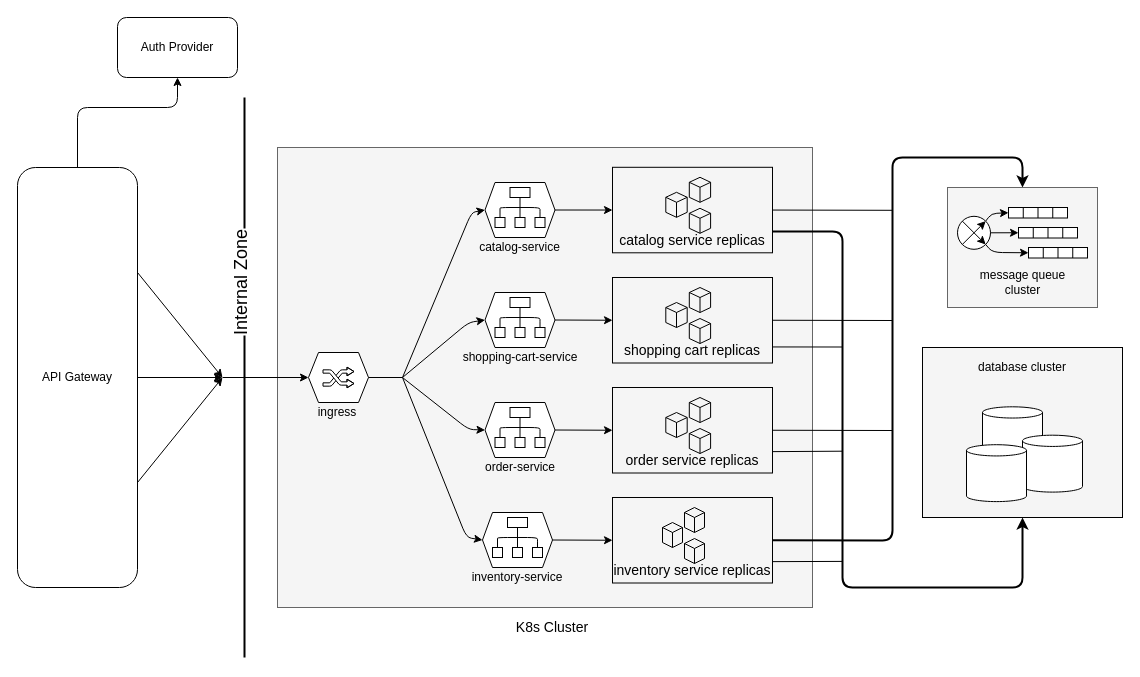
This is hld/infrastructure.drawio from rd-raven/stirzz-design, a draw.io file, before an edit. Source tidied: cells renumbered, new cells numbered last; positions are measured from the earlier drawing's top-left corner, leaving out a move shared by most shapes. Both pictures are drawn from the tidied source at 100%, with x=0, y=0 at pixel (17, 17).
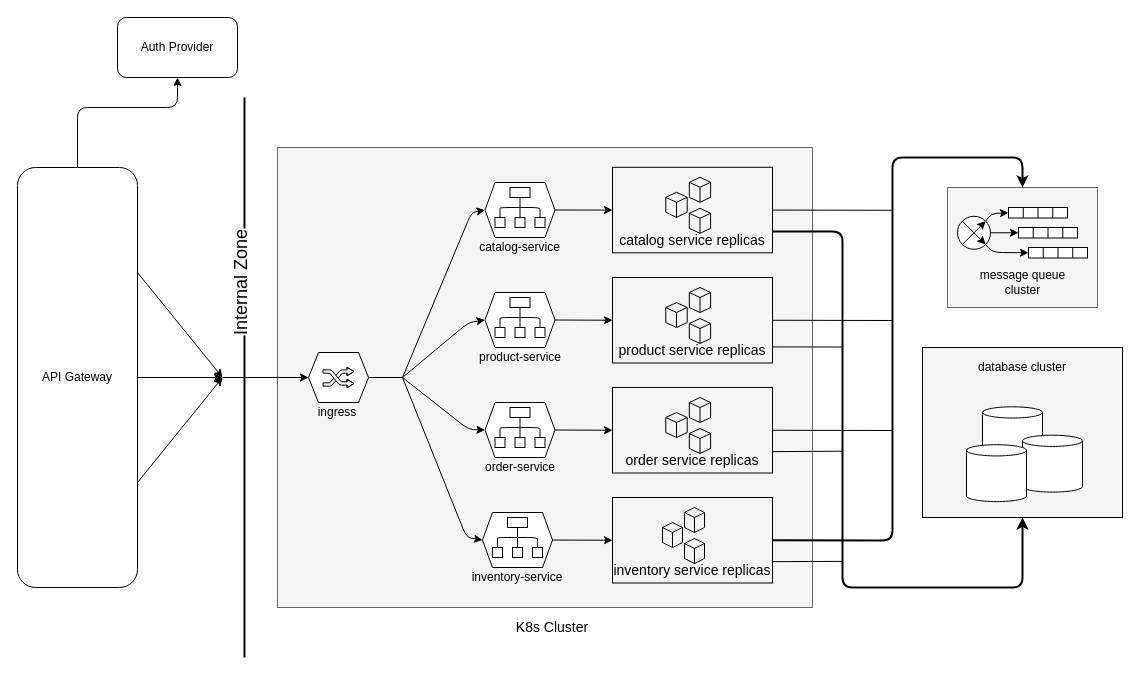
After the change.

Commit message (it also covers changes not shown here):
Push Cart under Order Service (#7)

Unchanged cells that the change refers to:
```xml
<mxCell id="24" style="group;" parent="1" vertex="1">
  <mxGeometry x="442.5" y="275" width="120" height="70" as="geometry" />
</mxCell>
<mxCell id="88" style="group;" parent="1" vertex="1">
  <mxGeometry x="595" y="260" width="160" height="85.5" as="geometry" />
</mxCell>
```

What changed in the source:
```diff
@@
-    <mxCell id="25" value="shopping-cart-service" style="text;html=1;strokeColor=none;fillColor=none;align=center;verticalAlign=middle;whiteSpace=wrap;rounded=0;" parent="24" vertex="1">
+    <mxCell id="25" value="product-service" style="text;html=1;strokeColor=none;fillColor=none;align=center;verticalAlign=middle;whiteSpace=wrap;rounded=0;" parent="24" vertex="1">
       <mxGeometry y="60" width="120" height="10" as="geometry" />
     </mxCell>
@@
-    <mxCell id="90" value="shopping cart replicas" style="text;html=1;strokeColor=none;fillColor=none;align=center;verticalAlign=middle;whiteSpace=wrap;rounded=0;fontSize=14;" parent="88" vertex="1">
+    <mxCell id="90" value="product service replicas" style="text;html=1;strokeColor=none;fillColor=none;align=center;verticalAlign=middle;whiteSpace=wrap;rounded=0;fontSize=14;" parent="88" vertex="1">
       <mxGeometry y="66.2" width="160" height="13" as="geometry" />
     </mxCell>
```
